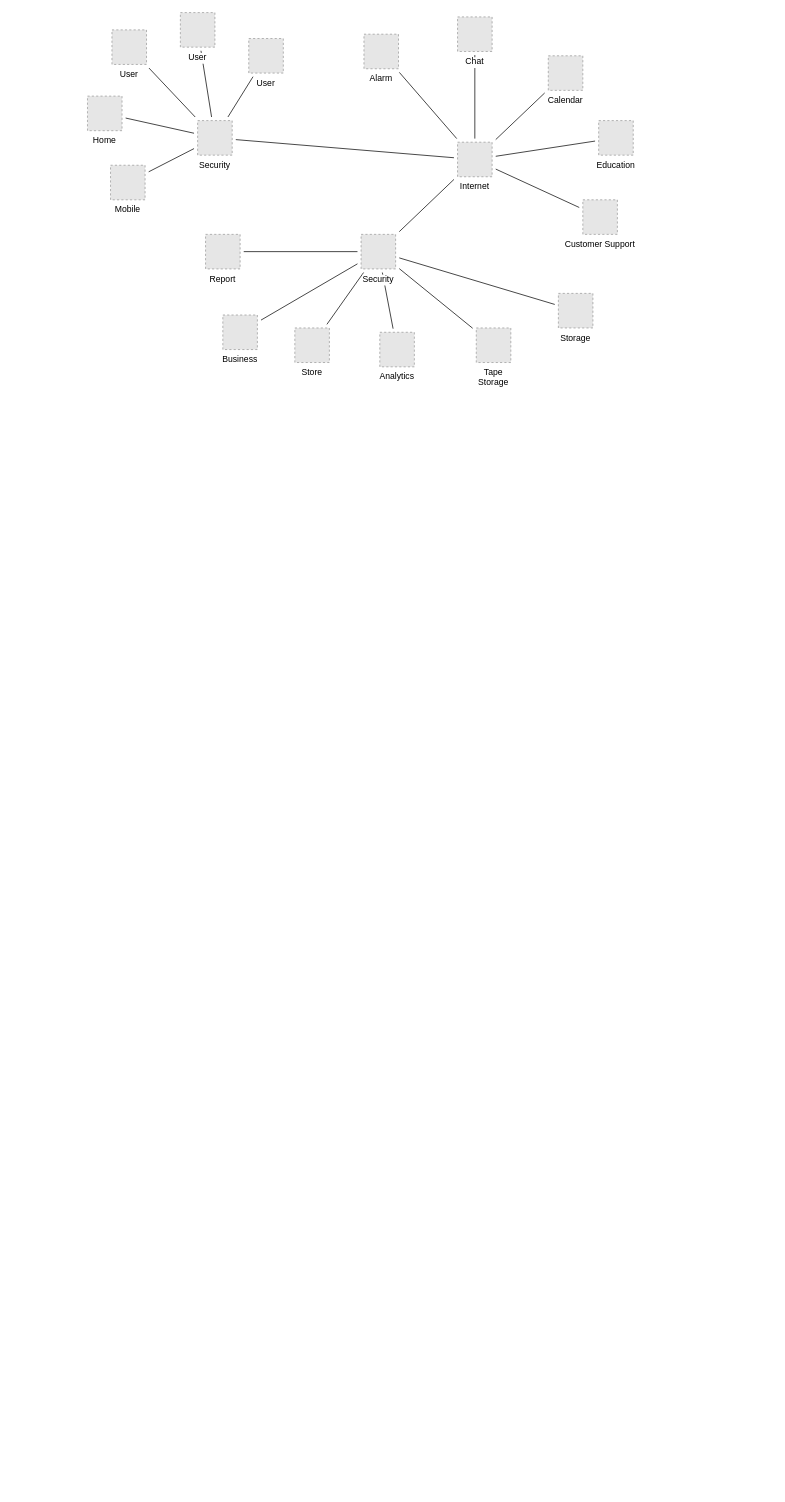
Earlier version of the draw.io diagram 页面拓扑图.drawio (hjyue1/drawDoc). Source tidied: cells renumbered, new cells numbered last; positions are measured from the earlier drawing's top-left corner, leaving out a move shared by most shapes. Both pictures are drawn from the tidied source at 72%, with x=0, y=0 at pixel (87, 12). Pictures stored in the file or linked from it are replaced by grey dashed boxes.
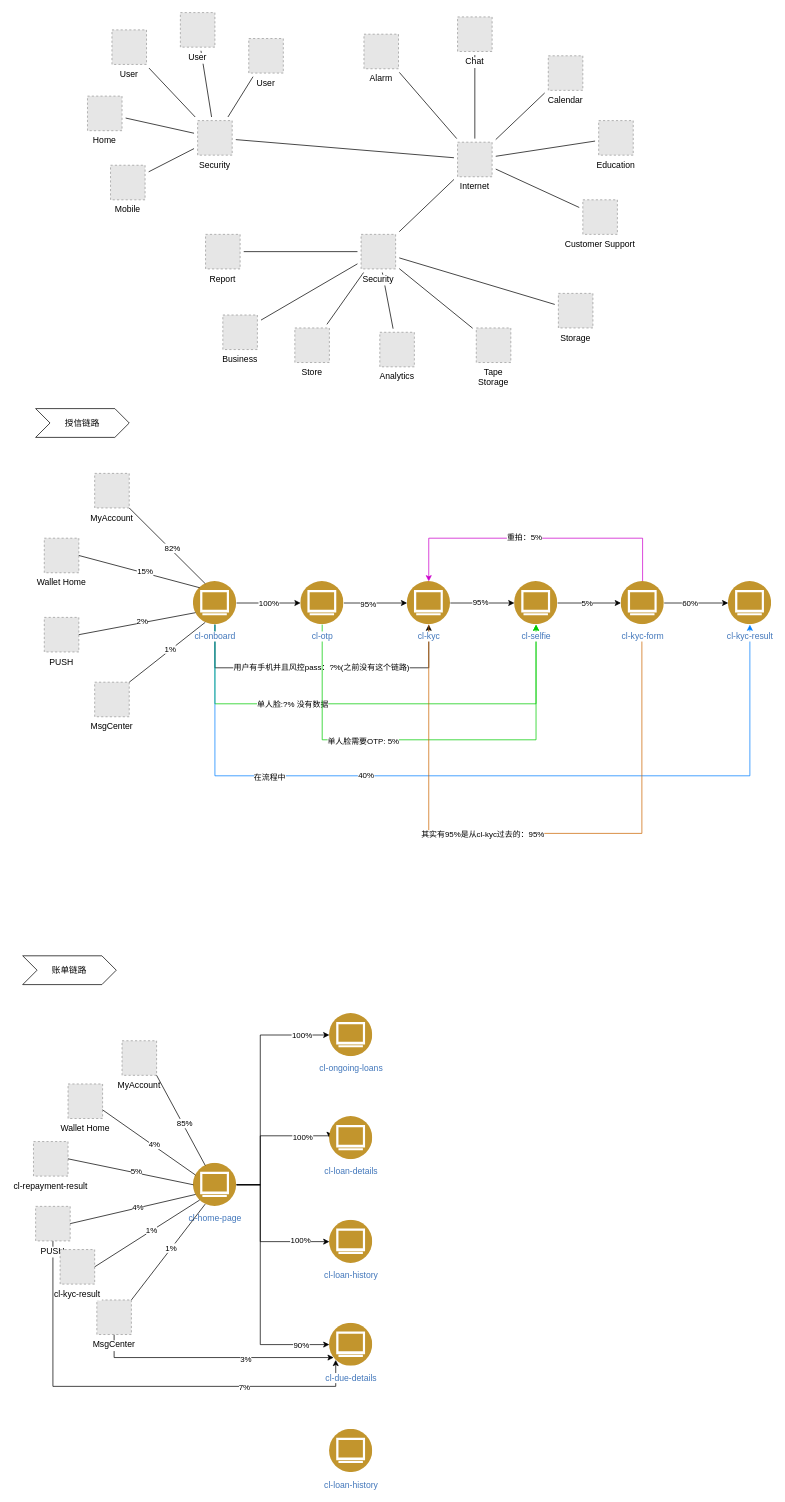
Above is the later version.

Commit message (it also covers changes not shown here):
更新页面拓扑图.drawio

The edit, as a diff of the source:
```diff
@@
+    <mxCell id="39" value="100%" style="edgeStyle=orthogonalEdgeStyle;rounded=0;jettySize=auto;html=1;entryX=0;entryY=0.5;entryDx=0;entryDy=0;" parent="1" edge="1" source="47" target="64">
+      <mxGeometry relative="1" as="geometry" />
+    </mxCell>
+    <mxCell id="40" style="edgeStyle=orthogonalEdgeStyle;rounded=0;jettySize=auto;html=1;entryX=0.5;entryY=1;entryDx=0;entryDy=0;" parent="1" edge="1" source="47" target="69">
+      <mxGeometry relative="1" as="geometry">
+        <Array as="points">
+          <mxPoint x="177" y="910" />
+          <mxPoint x="474" y="910" />
+        </Array>
+      </mxGeometry>
+    </mxCell>
+    <mxCell id="41" value="用户有手机并且风控pass：?%(之前没有这个链路)" style="edgeLabel;html=1;align=center;verticalAlign=middle;" parent="40" vertex="1">
+      <mxGeometry x="-0.31" y="1" relative="1" as="geometry">
+        <mxPoint x="63" as="offset" />
+      </mxGeometry>
+    </mxCell>
+    <mxCell id="42" style="edgeStyle=orthogonalEdgeStyle;rounded=0;jettySize=auto;html=1;entryX=0.5;entryY=1;entryDx=0;entryDy=0;strokeColor=#00CC00;" parent="1" edge="1" source="47" target="72">
+      <mxGeometry relative="1" as="geometry">
+        <Array as="points">
+          <mxPoint x="177" y="960" />
+          <mxPoint x="623" y="960" />
+        </Array>
+      </mxGeometry>
+    </mxCell>
+    <mxCell id="43" value="单人脸:?% 没有数据" style="edgeLabel;html=1;align=center;verticalAlign=middle;" parent="42" vertex="1">
+      <mxGeometry x="-0.35" relative="1" as="geometry">
+        <mxPoint x="1" as="offset" />
+      </mxGeometry>
+    </mxCell>
+    <mxCell id="44" style="edgeStyle=orthogonalEdgeStyle;rounded=0;jettySize=auto;html=1;entryX=0.5;entryY=1;entryDx=0;entryDy=0;strokeColor=#007FFF;" parent="1" edge="1" source="47" target="78">
+      <mxGeometry relative="1" as="geometry">
+        <Array as="points">
+          <mxPoint x="177" y="1060" />
+          <mxPoint x="920" y="1060" />
+        </Array>
+      </mxGeometry>
+    </mxCell>
+    <mxCell id="45" value="在流程中" style="edgeLabel;html=1;align=center;verticalAlign=middle;" parent="44" vertex="1">
+      <mxGeometry x="-0.51" y="-1" relative="1" as="geometry" />
+    </mxCell>
+    <mxCell id="46" value="40%" style="edgeLabel;html=1;align=center;verticalAlign=middle;" parent="44" vertex="1">
+      <mxGeometry x="-0.28" y="2" relative="1" as="geometry" />
+    </mxCell>
+    <mxCell id="47" value="cl-onboard" style="image;perimeter=ellipsePerimeter;html=1;align=center;shadow=0;dashed=0;fontColor=#4277BB;labelBackgroundColor=default;fontSize=12;spacingTop=3;image=img/lib/ibm/users/browser.svg;flipV=0;" parent="1" vertex="1">
+      <mxGeometry x="147" y="790" width="60" height="60" as="geometry" />
+    </mxCell>
+    <mxCell id="48" value="MyAccount" style="fillColor=#E6E6E6;strokeColor=#999999;dashed=1;verticalLabelPosition=bottom;verticalAlign=top;labelBackgroundColor=#ffffff;" parent="1" vertex="1">
+      <mxGeometry x="10" y="640" width="48" height="48" as="geometry" />
+    </mxCell>
+    <mxCell id="49" value="Wallet Home" style="fillColor=#E6E6E6;strokeColor=#999999;dashed=1;verticalLabelPosition=bottom;verticalAlign=top;labelBackgroundColor=#ffffff;" parent="1" vertex="1">
+      <mxGeometry x="-60" y="730" width="48" height="48" as="geometry" />
+    </mxCell>
+    <mxCell id="50" value="MsgCenter" style="fillColor=#E6E6E6;strokeColor=#999999;dashed=1;verticalLabelPosition=bottom;verticalAlign=top;labelBackgroundColor=#ffffff;" parent="1" vertex="1">
+      <mxGeometry x="10" y="930" width="48" height="48" as="geometry" />
+    </mxCell>
+    <mxCell id="51" value="PUSH" style="fillColor=#E6E6E6;strokeColor=#999999;dashed=1;verticalLabelPosition=bottom;verticalAlign=top;labelBackgroundColor=#ffffff;" parent="1" vertex="1">
+      <mxGeometry x="-60" y="840" width="48" height="48" as="geometry" />
+    </mxCell>
+    <mxCell id="52" style="edgeStyle=none;rounded=0;jettySize=auto;html=1;sourcePerimeterSpacing=5;endArrow=none;endFill=0;targetPerimeterSpacing=5;entryX=1;entryY=1;entryDx=0;entryDy=0;exitX=0.25;exitY=0;exitDx=0;exitDy=0;" parent="1" edge="1" source="47" target="48">
+      <mxGeometry relative="1" as="geometry" />
+    </mxCell>
+    <mxCell id="53" value="82%" style="edgeLabel;html=1;align=center;verticalAlign=middle;" parent="52" vertex="1">
+      <mxGeometry x="-0.07" y="-2" relative="1" as="geometry">
+        <mxPoint x="1" as="offset" />
+      </mxGeometry>
+    </mxCell>
+    <mxCell id="54" style="edgeStyle=none;rounded=0;jettySize=auto;html=1;sourcePerimeterSpacing=5;endArrow=none;endFill=0;targetPerimeterSpacing=5;entryX=1;entryY=0.5;entryDx=0;entryDy=0;exitX=0;exitY=0;exitDx=0;exitDy=0;" parent="1" edge="1" source="47" target="49">
+      <mxGeometry relative="1" as="geometry" />
+    </mxCell>
+    <mxCell id="55" value="15%" style="edgeLabel;html=1;align=center;verticalAlign=middle;" parent="54" vertex="1">
+      <mxGeometry x="-0.07" y="-2" relative="1" as="geometry">
+        <mxPoint x="1" as="offset" />
+      </mxGeometry>
+    </mxCell>
+    <mxCell id="56" style="edgeStyle=none;rounded=0;jettySize=auto;html=1;sourcePerimeterSpacing=5;endArrow=none;endFill=0;targetPerimeterSpacing=5;entryX=1;entryY=0.5;entryDx=0;entryDy=0;exitX=0;exitY=0.75;exitDx=0;exitDy=0;" parent="1" edge="1" source="47" target="51">
+      <mxGeometry relative="1" as="geometry" />
+    </mxCell>
+    <mxCell id="57" value="2%" style="edgeLabel;html=1;align=center;verticalAlign=middle;" parent="56" vertex="1">
+      <mxGeometry x="-0.07" y="-2" relative="1" as="geometry">
+        <mxPoint x="1" as="offset" />
+      </mxGeometry>
+    </mxCell>
+    <mxCell id="58" style="edgeStyle=none;rounded=0;jettySize=auto;html=1;sourcePerimeterSpacing=5;endArrow=none;endFill=0;targetPerimeterSpacing=5;entryX=1;entryY=0;entryDx=0;entryDy=0;exitX=0.25;exitY=1;exitDx=0;exitDy=0;" parent="1" edge="1" source="47" target="50">
+      <mxGeometry relative="1" as="geometry" />
+    </mxCell>
+    <mxCell id="59" value="1%" style="edgeLabel;html=1;align=center;verticalAlign=middle;" parent="58" vertex="1">
+      <mxGeometry x="-0.07" y="-2" relative="1" as="geometry">
+        <mxPoint x="1" as="offset" />
+      </mxGeometry>
+    </mxCell>
+    <mxCell id="60" style="edgeStyle=orthogonalEdgeStyle;rounded=0;jettySize=auto;html=1;entryX=0;entryY=0.5;entryDx=0;entryDy=0;" parent="1" edge="1" source="64" target="69">
+      <mxGeometry relative="1" as="geometry" />
+    </mxCell>
+    <mxCell id="61" value="95%" style="edgeLabel;html=1;align=center;verticalAlign=middle;" parent="60" vertex="1">
+      <mxGeometry x="-0.25" y="-1" relative="1" as="geometry" />
+    </mxCell>
+    <mxCell id="62" style="edgeStyle=orthogonalEdgeStyle;rounded=0;jettySize=auto;html=1;entryX=0.5;entryY=1;entryDx=0;entryDy=0;strokeColor=#00CC00;" parent="1" edge="1" source="64" target="72">
+      <mxGeometry relative="1" as="geometry">
+        <Array as="points">
+          <mxPoint x="326" y="1010" />
+          <mxPoint x="623" y="1010" />
+        </Array>
+      </mxGeometry>
+    </mxCell>
+    <mxCell id="63" value="单人脸需要OTP: 5%" style="edgeLabel;html=1;align=center;verticalAlign=middle;" parent="62" vertex="1">
+      <mxGeometry x="-0.3" y="-1" relative="1" as="geometry" />
+    </mxCell>
+    <mxCell id="64" value="cl-otp" style="image;perimeter=ellipsePerimeter;html=1;align=center;shadow=0;dashed=0;fontColor=#4277BB;labelBackgroundColor=default;fontSize=12;spacingTop=3;image=img/lib/ibm/users/browser.svg;flipV=0;" parent="1" vertex="1">
+      <mxGeometry x="296" y="790" width="60" height="60" as="geometry" />
+    </mxCell>
+    <mxCell id="65" style="edgeStyle=orthogonalEdgeStyle;rounded=0;jettySize=auto;html=1;entryX=0;entryY=0.5;entryDx=0;entryDy=0;" parent="1" edge="1" source="69" target="72">
+      <mxGeometry relative="1" as="geometry" />
+    </mxCell>
+    <mxCell id="66" value="95%" style="edgeLabel;html=1;align=center;verticalAlign=middle;" parent="65" vertex="1">
+      <mxGeometry x="-0.08" y="2" relative="1" as="geometry" />
+    </mxCell>
+    <mxCell id="67" style="edgeStyle=orthogonalEdgeStyle;rounded=0;jettySize=auto;html=1;strokeColor=#CC6600;" parent="1" edge="1" source="69">
+      <mxGeometry relative="1" as="geometry">
+        <mxPoint x="770" y="860" as="targetPoint" />
+        <Array as="points">
+          <mxPoint x="474" y="1140" />
+          <mxPoint x="770" y="1140" />
+        </Array>
+      </mxGeometry>
+    </mxCell>
+    <mxCell id="68" value="其实有95%是从cl-kyc过去的：95%" style="edgeLabel;html=1;align=center;verticalAlign=middle;" parent="67" vertex="1">
+      <mxGeometry x="-0.19" y="-1" relative="1" as="geometry">
+        <mxPoint x="13" as="offset" />
+      </mxGeometry>
+    </mxCell>
+    <mxCell id="69" value="cl-kyc" style="image;perimeter=ellipsePerimeter;html=1;align=center;shadow=0;dashed=0;fontColor=#4277BB;labelBackgroundColor=default;fontSize=12;spacingTop=3;image=img/lib/ibm/users/browser.svg;flipV=0;" parent="1" vertex="1">
+      <mxGeometry x="444" y="790" width="60" height="60" as="geometry" />
+    </mxCell>
+    <mxCell id="70" style="edgeStyle=orthogonalEdgeStyle;rounded=0;jettySize=auto;html=1;entryX=0;entryY=0.5;entryDx=0;entryDy=0;" parent="1" edge="1" source="72" target="77">
+      <mxGeometry relative="1" as="geometry" />
+    </mxCell>
+    <mxCell id="71" value="5%" style="edgeLabel;html=1;align=center;verticalAlign=middle;" parent="70" vertex="1">
+      <mxGeometry x="-0.1" y="1" relative="1" as="geometry" />
+    </mxCell>
+    <mxCell id="72" value="cl-selfie" style="image;perimeter=ellipsePerimeter;html=1;align=center;shadow=0;dashed=0;fontColor=#4277BB;labelBackgroundColor=default;fontSize=12;spacingTop=3;image=img/lib/ibm/users/browser.svg;flipV=0;" parent="1" vertex="1">
+      <mxGeometry x="593" y="790" width="60" height="60" as="geometry" />
+    </mxCell>
+    <mxCell id="73" style="edgeStyle=orthogonalEdgeStyle;rounded=0;jettySize=auto;html=1;entryX=0;entryY=0.5;entryDx=0;entryDy=0;" parent="1" edge="1" source="77" target="78">
+      <mxGeometry relative="1" as="geometry" />
+    </mxCell>
+    <mxCell id="74" value="60%" style="edgeLabel;html=1;align=center;verticalAlign=middle;" parent="73" vertex="1">
+      <mxGeometry x="-0.22" y="1" relative="1" as="geometry" />
+    </mxCell>
+    <mxCell id="75" style="edgeStyle=orthogonalEdgeStyle;rounded=0;jettySize=auto;html=1;entryX=0.5;entryY=0;entryDx=0;entryDy=0;strokeColor=#CC00CC;" parent="1" edge="1" source="77" target="69">
+      <mxGeometry relative="1" as="geometry">
+        <Array as="points">
+          <mxPoint x="771" y="730" />
+          <mxPoint x="474" y="730" />
+        </Array>
+      </mxGeometry>
+    </mxCell>
+    <mxCell id="76" value="重拍：5%" style="edgeLabel;html=1;align=center;verticalAlign=middle;" parent="75" vertex="1">
+      <mxGeometry x="0.08" y="-2" relative="1" as="geometry" />
+    </mxCell>
+    <mxCell id="77" value="cl-kyc-form" style="image;perimeter=ellipsePerimeter;html=1;align=center;shadow=0;dashed=0;fontColor=#4277BB;labelBackgroundColor=default;fontSize=12;spacingTop=3;image=img/lib/ibm/users/browser.svg;flipV=0;" parent="1" vertex="1">
+      <mxGeometry x="741" y="790" width="60" height="60" as="geometry" />
+    </mxCell>
+    <mxCell id="78" value="cl-kyc-result" style="image;perimeter=ellipsePerimeter;html=1;align=center;shadow=0;dashed=0;fontColor=#4277BB;labelBackgroundColor=default;fontSize=12;spacingTop=3;image=img/lib/ibm/users/browser.svg;flipV=0;" parent="1" vertex="1">
+      <mxGeometry x="890" y="790" width="60" height="60" as="geometry" />
+    </mxCell>
+    <mxCell id="79" value="授信链路" style="shape=step;perimeter=stepPerimeter;whiteSpace=wrap;html=1;fixedSize=1;" parent="1" vertex="1">
+      <mxGeometry x="-72" y="550" width="130" height="40" as="geometry" />
+    </mxCell>
+    <mxCell id="80" value="账单链路" style="shape=step;perimeter=stepPerimeter;whiteSpace=wrap;html=1;fixedSize=1;" parent="1" vertex="1">
+      <mxGeometry x="-90" y="1310" width="130" height="40" as="geometry" />
+    </mxCell>
+    <mxCell id="81" style="edgeStyle=orthogonalEdgeStyle;rounded=0;jettySize=auto;html=1;entryX=0;entryY=0.5;entryDx=0;entryDy=0;" parent="1" edge="1" source="89" target="112">
+      <mxGeometry relative="1" as="geometry">
+        <Array as="points">
+          <mxPoint x="240" y="1628" />
+          <mxPoint x="240" y="1560" />
+          <mxPoint x="336" y="1560" />
+        </Array>
+      </mxGeometry>
+    </mxCell>
+    <mxCell id="82" value="100%" style="edgeLabel;html=1;align=center;verticalAlign=middle;" parent="81" vertex="1">
+      <mxGeometry x="0.59" y="-1" relative="1" as="geometry" />
+    </mxCell>
+    <mxCell id="83" style="edgeStyle=orthogonalEdgeStyle;rounded=0;jettySize=auto;html=1;entryX=0;entryY=0.5;entryDx=0;entryDy=0;" parent="1" edge="1" source="89" target="113">
+      <mxGeometry relative="1" as="geometry">
+        <Array as="points">
+          <mxPoint x="240" y="1628" />
+          <mxPoint x="240" y="1707" />
+        </Array>
+      </mxGeometry>
+    </mxCell>
+    <mxCell id="84" value="100%" style="edgeLabel;html=1;align=center;verticalAlign=middle;" parent="83" vertex="1">
+      <mxGeometry x="0.14" y="2" relative="1" as="geometry">
+        <mxPoint x="48" as="offset" />
+      </mxGeometry>
+    </mxCell>
+    <mxCell id="85" style="edgeStyle=orthogonalEdgeStyle;rounded=0;jettySize=auto;html=1;entryX=0;entryY=0.5;entryDx=0;entryDy=0;" parent="1" edge="1" source="89" target="114">
+      <mxGeometry relative="1" as="geometry">
+        <Array as="points">
+          <mxPoint x="240" y="1628" />
+          <mxPoint x="240" y="1850" />
+        </Array>
+      </mxGeometry>
+    </mxCell>
+    <mxCell id="86" value="90%" style="edgeLabel;html=1;align=center;verticalAlign=middle;" parent="85" vertex="1">
+      <mxGeometry x="0.73" y="-4" relative="1" as="geometry">
+        <mxPoint x="7" y="-4" as="offset" />
+      </mxGeometry>
+    </mxCell>
+    <mxCell id="87" style="edgeStyle=orthogonalEdgeStyle;rounded=0;jettySize=auto;html=1;entryX=0;entryY=0.5;entryDx=0;entryDy=0;" parent="1" edge="1" source="89" target="115">
+      <mxGeometry relative="1" as="geometry">
+        <Array as="points">
+          <mxPoint x="240" y="1628" />
+          <mxPoint x="240" y="1420" />
+        </Array>
+      </mxGeometry>
+    </mxCell>
+    <mxCell id="88" value="100%" style="edgeLabel;html=1;align=center;verticalAlign=middle;" parent="87" vertex="1">
+      <mxGeometry x="0.77" relative="1" as="geometry" />
+    </mxCell>
+    <mxCell id="89" value="cl-home-page" style="image;perimeter=ellipsePerimeter;html=1;align=center;shadow=0;dashed=0;fontColor=#4277BB;labelBackgroundColor=default;fontSize=12;spacingTop=3;image=img/lib/ibm/users/browser.svg;flipV=0;" parent="1" vertex="1">
+      <mxGeometry x="147" y="1598" width="60" height="60" as="geometry" />
+    </mxCell>
+    <mxCell id="90" value="Wallet Home" style="fillColor=#E6E6E6;strokeColor=#999999;dashed=1;verticalLabelPosition=bottom;verticalAlign=top;labelBackgroundColor=#ffffff;" parent="1" vertex="1">
+      <mxGeometry x="-27" y="1488" width="48" height="48" as="geometry" />
+    </mxCell>
+    <mxCell id="91" value="MyAccount" style="fillColor=#E6E6E6;strokeColor=#999999;dashed=1;verticalLabelPosition=bottom;verticalAlign=top;labelBackgroundColor=#ffffff;" parent="1" vertex="1">
+      <mxGeometry x="48" y="1428" width="48" height="48" as="geometry" />
+    </mxCell>
+    <mxCell id="92" value="cl-repayment-result" style="fillColor=#E6E6E6;strokeColor=#999999;dashed=1;verticalLabelPosition=bottom;verticalAlign=top;labelBackgroundColor=#ffffff;" parent="1" vertex="1">
+      <mxGeometry x="-75" y="1568" width="48" height="48" as="geometry" />
+    </mxCell>
+    <mxCell id="93" style="edgeStyle=orthogonalEdgeStyle;rounded=0;jettySize=auto;html=1;" parent="1" edge="1" source="95" target="114">
+      <mxGeometry relative="1" as="geometry">
+        <Array as="points">
+          <mxPoint x="37" y="1868" />
+        </Array>
+      </mxGeometry>
+    </mxCell>
+    <mxCell id="94" value="3%" style="edgeLabel;html=1;align=center;verticalAlign=middle;" parent="93" vertex="1">
+      <mxGeometry x="0.27" y="-2" relative="1" as="geometry" />
+    </mxCell>
+    <mxCell id="95" value="MsgCenter" style="fillColor=#E6E6E6;strokeColor=#999999;dashed=1;verticalLabelPosition=bottom;verticalAlign=top;labelBackgroundColor=#ffffff;" parent="1" vertex="1">
+      <mxGeometry x="13" y="1788" width="48" height="48" as="geometry" />
+    </mxCell>
+    <mxCell id="96" style="edgeStyle=none;rounded=0;jettySize=auto;html=1;sourcePerimeterSpacing=5;endArrow=none;endFill=0;targetPerimeterSpacing=5;entryX=1;entryY=1;entryDx=0;entryDy=0;exitX=0.25;exitY=0;exitDx=0;exitDy=0;" parent="1" edge="1" source="89" target="91">
+      <mxGeometry relative="1" as="geometry" />
+    </mxCell>
+    <mxCell id="97" value="85%" style="edgeLabel;html=1;align=center;verticalAlign=middle;" parent="96" vertex="1">
+      <mxGeometry x="-0.07" y="-2" relative="1" as="geometry">
+        <mxPoint x="1" as="offset" />
+      </mxGeometry>
+    </mxCell>
+    <mxCell id="98" style="edgeStyle=none;rounded=0;jettySize=auto;html=1;sourcePerimeterSpacing=5;endArrow=none;endFill=0;targetPerimeterSpacing=5;entryX=1;entryY=0.75;entryDx=0;entryDy=0;exitX=0;exitY=0.25;exitDx=0;exitDy=0;" parent="1" edge="1" source="89" target="90">
+      <mxGeometry relative="1" as="geometry" />
+    </mxCell>
+    <mxCell id="99" value="4%" style="edgeLabel;html=1;align=center;verticalAlign=middle;" parent="98" vertex="1">
+      <mxGeometry x="-0.07" y="-2" relative="1" as="geometry">
+        <mxPoint x="1" as="offset" />
+      </mxGeometry>
+    </mxCell>
+    <mxCell id="100" style="edgeStyle=none;rounded=0;jettySize=auto;html=1;sourcePerimeterSpacing=5;endArrow=none;endFill=0;targetPerimeterSpacing=5;entryX=1;entryY=0.5;entryDx=0;entryDy=0;exitX=0;exitY=0.5;exitDx=0;exitDy=0;" parent="1" edge="1" source="89" target="92">
+      <mxGeometry relative="1" as="geometry" />
+    </mxCell>
+    <mxCell id="101" value="5%" style="edgeLabel;html=1;align=center;verticalAlign=middle;" parent="100" vertex="1">
+      <mxGeometry x="-0.07" y="-2" relative="1" as="geometry">
+        <mxPoint x="1" as="offset" />
+      </mxGeometry>
+    </mxCell>
+    <mxCell id="102" style="edgeStyle=orthogonalEdgeStyle;rounded=0;jettySize=auto;html=1;entryX=0;entryY=1;entryDx=0;entryDy=0;" parent="1" edge="1" source="104" target="114">
+      <mxGeometry relative="1" as="geometry">
+        <Array as="points">
+          <mxPoint x="-48" y="1908" />
+          <mxPoint x="345" y="1908" />
+        </Array>
+      </mxGeometry>
+    </mxCell>
+    <mxCell id="103" value="7%" style="edgeLabel;html=1;align=center;verticalAlign=middle;" parent="102" vertex="1">
+      <mxGeometry x="0.48" y="-1" relative="1" as="geometry" />
+    </mxCell>
+    <mxCell id="104" value="PUSH" style="fillColor=#E6E6E6;strokeColor=#999999;dashed=1;verticalLabelPosition=bottom;verticalAlign=top;labelBackgroundColor=#ffffff;" parent="1" vertex="1">
+      <mxGeometry x="-72" y="1658" width="48" height="48" as="geometry" />
+    </mxCell>
+    <mxCell id="105" style="edgeStyle=none;rounded=0;jettySize=auto;html=1;sourcePerimeterSpacing=5;endArrow=none;endFill=0;targetPerimeterSpacing=5;entryX=1;entryY=0.5;entryDx=0;entryDy=0;exitX=0;exitY=0.75;exitDx=0;exitDy=0;" parent="1" edge="1" source="89" target="104">
+      <mxGeometry relative="1" as="geometry" />
+    </mxCell>
+    <mxCell id="106" value="4%" style="edgeLabel;html=1;align=center;verticalAlign=middle;" parent="105" vertex="1">
+      <mxGeometry x="-0.07" y="-2" relative="1" as="geometry">
+        <mxPoint x="1" as="offset" />
+      </mxGeometry>
+    </mxCell>
+    <mxCell id="107" style="edgeStyle=none;rounded=0;jettySize=auto;html=1;sourcePerimeterSpacing=5;endArrow=none;endFill=0;targetPerimeterSpacing=5;entryX=1;entryY=0;entryDx=0;entryDy=0;exitX=0.25;exitY=1;exitDx=0;exitDy=0;" parent="1" edge="1" source="89" target="95">
+      <mxGeometry relative="1" as="geometry" />
+    </mxCell>
+    <mxCell id="108" value="1%" style="edgeLabel;html=1;align=center;verticalAlign=middle;" parent="107" vertex="1">
+      <mxGeometry x="-0.07" y="-2" relative="1" as="geometry">
+        <mxPoint x="1" as="offset" />
+      </mxGeometry>
+    </mxCell>
+    <mxCell id="109" value="cl-kyc-result" style="fillColor=#E6E6E6;strokeColor=#999999;dashed=1;verticalLabelPosition=bottom;verticalAlign=top;labelBackgroundColor=#ffffff;" parent="1" vertex="1">
+      <mxGeometry x="-38" y="1718" width="48" height="48" as="geometry" />
+    </mxCell>
+    <mxCell id="110" style="edgeStyle=none;rounded=0;jettySize=auto;html=1;sourcePerimeterSpacing=5;endArrow=none;endFill=0;targetPerimeterSpacing=5;entryX=1;entryY=0.5;entryDx=0;entryDy=0;exitX=0;exitY=1;exitDx=0;exitDy=0;" parent="1" edge="1" source="89" target="109">
+      <mxGeometry relative="1" as="geometry" />
+    </mxCell>
+    <mxCell id="111" value="1%" style="edgeLabel;html=1;align=center;verticalAlign=middle;" parent="110" vertex="1">
+      <mxGeometry x="-0.07" y="-2" relative="1" as="geometry">
+        <mxPoint x="1" as="offset" />
+      </mxGeometry>
+    </mxCell>
+    <mxCell id="112" value="cl-loan-details" style="image;perimeter=ellipsePerimeter;html=1;align=center;shadow=0;dashed=0;fontColor=#4277BB;labelBackgroundColor=default;fontSize=12;spacingTop=3;image=img/lib/ibm/users/browser.svg;flipV=0;" parent="1" vertex="1">
+      <mxGeometry x="336" y="1533" width="60" height="60" as="geometry" />
+    </mxCell>
+    <mxCell id="113" value="cl-loan-history" style="image;perimeter=ellipsePerimeter;html=1;align=center;shadow=0;dashed=0;fontColor=#4277BB;labelBackgroundColor=default;fontSize=12;spacingTop=3;image=img/lib/ibm/users/browser.svg;flipV=0;" parent="1" vertex="1">
+      <mxGeometry x="336" y="1677" width="60" height="60" as="geometry" />
+    </mxCell>
+    <mxCell id="114" value="cl-due-details" style="image;perimeter=ellipsePerimeter;html=1;align=center;shadow=0;dashed=0;fontColor=#4277BB;labelBackgroundColor=default;fontSize=12;spacingTop=3;image=img/lib/ibm/users/browser.svg;flipV=0;" parent="1" vertex="1">
+      <mxGeometry x="336" y="1820" width="60" height="60" as="geometry" />
+    </mxCell>
+    <mxCell id="115" value="cl-ongoing-loans" style="image;perimeter=ellipsePerimeter;html=1;align=center;shadow=0;dashed=0;fontColor=#4277BB;labelBackgroundColor=default;fontSize=12;spacingTop=3;image=img/lib/ibm/users/browser.svg;flipV=0;" parent="1" vertex="1">
+      <mxGeometry x="336" y="1390" width="60" height="60" as="geometry" />
+    </mxCell>
+    <mxCell id="116" value="cl-loan-history" style="image;perimeter=ellipsePerimeter;html=1;align=center;shadow=0;dashed=0;fontColor=#4277BB;labelBackgroundColor=default;fontSize=12;spacingTop=3;image=img/lib/ibm/users/browser.svg;flipV=0;" parent="1" vertex="1">
+      <mxGeometry x="336" y="1967.5" width="60" height="60" as="geometry" />
+    </mxCell>
```
